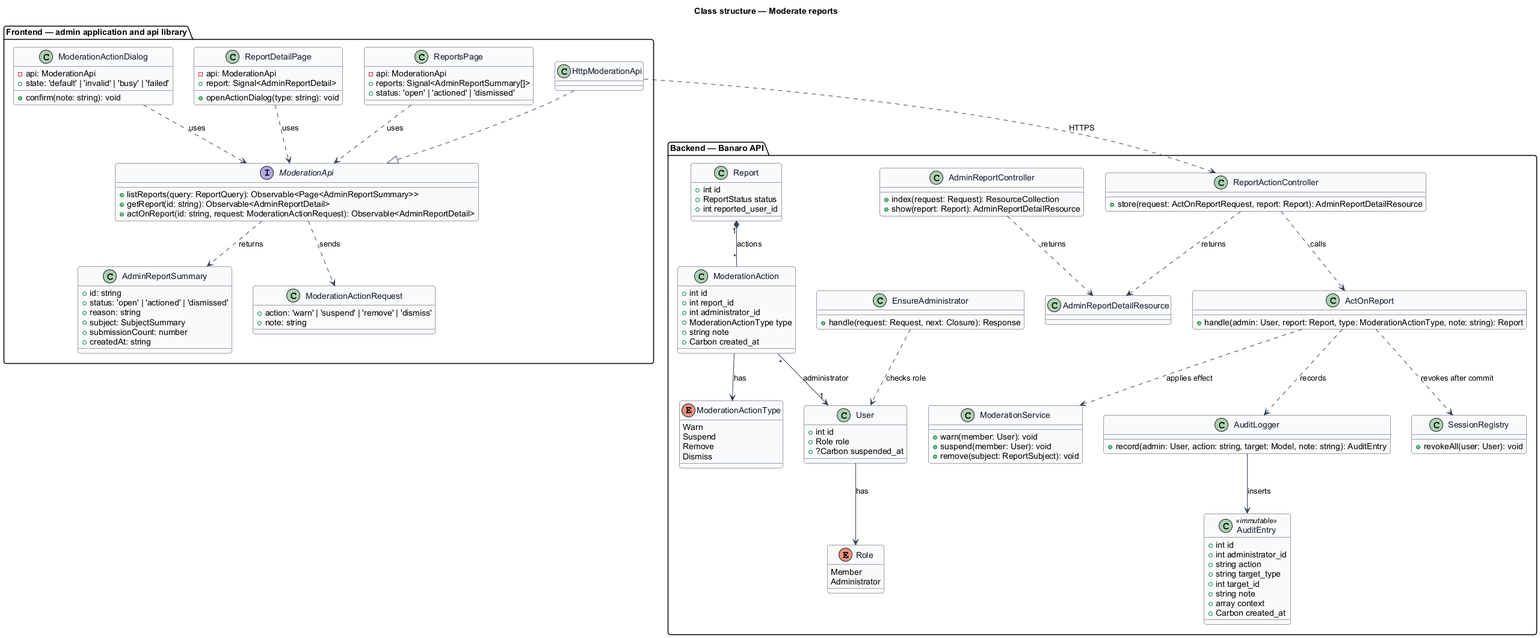
This is docs/detailed-designs/trust-and-safety/moderate-reports/diagrams/class-structure.png from QuinntyneBrown/banaro, a PlantUML export, as it was before one commit. Its diagram source:
```plantuml
@startuml
skinparam backgroundColor #FFFFFF
skinparam shadowing false
skinparam roundcorner 8
skinparam defaultFontName Arial
skinparam ArrowColor #344054
skinparam class {
  BorderColor #344054
  FontColor #101828
  BackgroundColor #F9FAFB
}
title Class structure — Moderate reports

package "Frontend — admin application and api library" {
  class ReportsPage {
    -api: ModerationApi
    +reports: Signal<AdminReportSummary[]>
    +status: 'open' | 'actioned' | 'dismissed'
  }
  class ReportDetailPage {
    -api: ModerationApi
    +report: Signal<AdminReportDetail>
    +openActionDialog(type: string): void
  }
  class ModerationActionDialog {
    -api: ModerationApi
    +state: 'default' | 'invalid' | 'busy' | 'failed'
    +confirm(note: string): void
  }
  interface ModerationApi {
    +listReports(query: ReportQuery): Observable<Page<AdminReportSummary>>
    +getReport(id: string): Observable<AdminReportDetail>
    +actOnReport(id: string, request: ModerationActionRequest): Observable<AdminReportDetail>
  }
  class HttpModerationApi
  class AdminReportSummary {
    +id: string
    +status: 'open' | 'actioned' | 'dismissed'
    +reason: string
    +subject: SubjectSummary
    +submissionCount: number
    +createdAt: string
  }
  class ModerationActionRequest {
    +action: 'warn' | 'suspend' | 'remove' | 'dismiss'
    +note: string
  }
}

package "Backend — Banaro API" {
  class EnsureAdministrator {
    +handle(request: Request, next: Closure): Response
  }
  class AdminReportController {
    +index(request: Request): ResourceCollection
    +show(report: Report): AdminReportDetailResource
  }
  class ReportActionController {
    +store(request: ActOnReportRequest, report: Report): AdminReportDetailResource
  }
  class ActOnReport {
    +handle(admin: User, report: Report, type: ModerationActionType, note: string): Report
  }
  class ModerationService {
    +warn(member: User): void
    +suspend(member: User): void
    +remove(subject: ReportSubject): void
  }
  class AuditLogger {
    +record(admin: User, action: string, target: Model, note: string): AuditEntry
  }
  class SessionRegistry {
    +revokeAll(user: User): void
  }
  class Report {
    +int id
    +ReportStatus status
    +int reported_user_id
  }
  class ModerationAction {
    +int id
    +int report_id
    +int administrator_id
    +ModerationActionType type
    +string note
    +Carbon created_at
  }
  class AuditEntry <<immutable>> {
    +int id
    +int administrator_id
    +string action
    +string target_type
    +int target_id
    +string note
    +array context
    +Carbon created_at
  }
  class User {
    +int id
    +Role role
    +?Carbon suspended_at
  }
  enum ModerationActionType {
    Warn
    Suspend
    Remove
    Dismiss
  }
  enum Role {
    Member
    Administrator
  }
  class AdminReportDetailResource
}

ReportsPage ..> ModerationApi : uses
ReportDetailPage ..> ModerationApi : uses
ModerationActionDialog ..> ModerationApi : uses
HttpModerationApi ..|> ModerationApi
ModerationApi ..> AdminReportSummary : returns
ModerationApi ..> ModerationActionRequest : sends
HttpModerationApi ..> ReportActionController : HTTPS

EnsureAdministrator ..> User : checks role
ReportActionController ..> ActOnReport : calls
ReportActionController ..> AdminReportDetailResource : returns
AdminReportController ..> AdminReportDetailResource : returns
ActOnReport ..> ModerationService : applies effect
ActOnReport ..> AuditLogger : records
ActOnReport ..> SessionRegistry : revokes after commit
Report "1" *-- "*" ModerationAction : actions
ModerationAction --> ModerationActionType : has
ModerationAction "*" --> "1" User : administrator
AuditLogger --> AuditEntry : inserts
User --> Role : has
@enduml
```
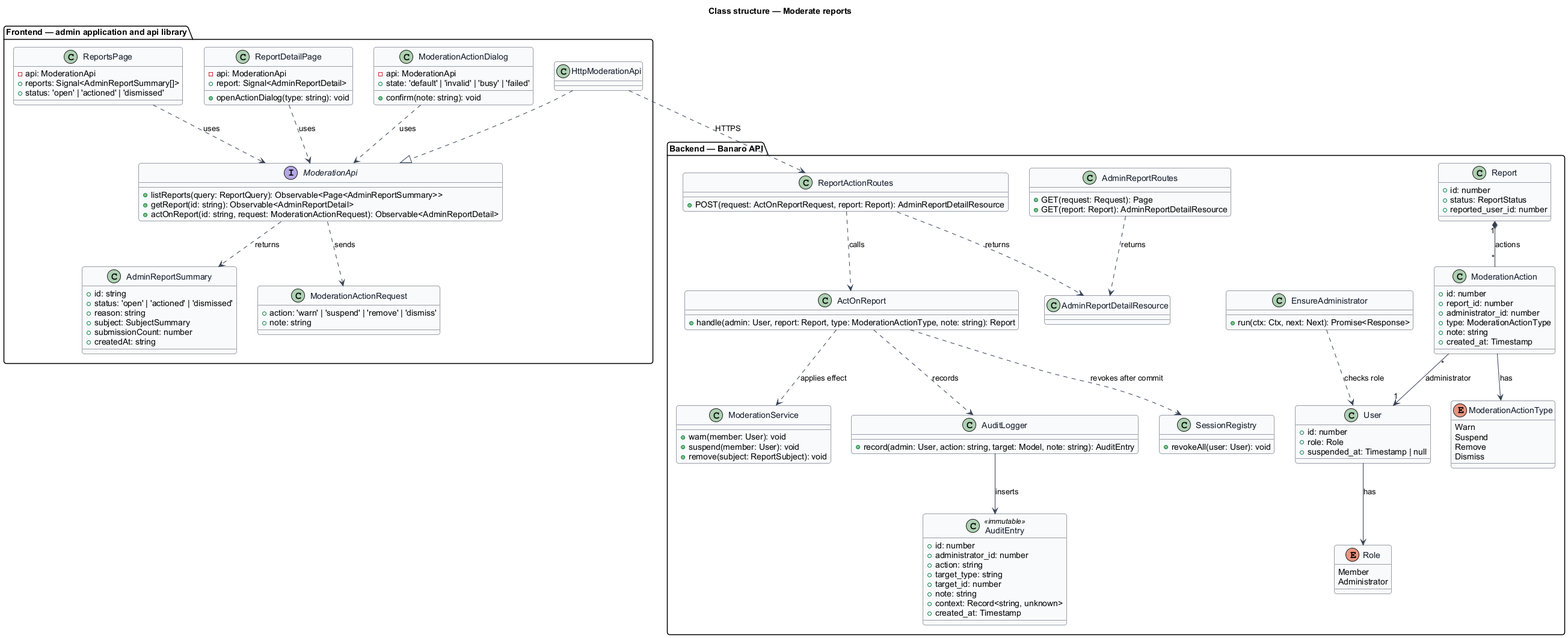
The same diagram one commit later.

What changed in the source:
```diff
@@ -49,14 +49,14 @@
 
 package "Backend — Banaro API" {
   class EnsureAdministrator {
-    +handle(request: Request, next: Closure): Response
+    +run(ctx: Ctx, next: Next): Promise<Response>
   }
-  class AdminReportController {
-    +index(request: Request): ResourceCollection
-    +show(report: Report): AdminReportDetailResource
+  class AdminReportRoutes {
+    +GET(request: Request): Page
+    +GET(report: Report): AdminReportDetailResource
   }
-  class ReportActionController {
-    +store(request: ActOnReportRequest, report: Report): AdminReportDetailResource
+  class ReportActionRoutes {
+    +POST(request: ActOnReportRequest, report: Report): AdminReportDetailResource
   }
   class ActOnReport {
     +handle(admin: User, report: Report, type: ModerationActionType, note: string): Report
@@ -73,32 +73,32 @@
     +revokeAll(user: User): void
   }
   class Report {
-    +int id
-    +ReportStatus status
-    +int reported_user_id
+    +id: number
+    +status: ReportStatus
+    +reported_user_id: number
   }
   class ModerationAction {
-    +int id
-    +int report_id
-    +int administrator_id
-    +ModerationActionType type
-    +string note
-    +Carbon created_at
+    +id: number
+    +report_id: number
+    +administrator_id: number
+    +type: ModerationActionType
+    +note: string
+    +created_at: Timestamp
   }
   class AuditEntry <<immutable>> {
-    +int id
-    +int administrator_id
-    +string action
-    +string target_type
-    +int target_id
-    +string note
-    +array context
-    +Carbon created_at
+    +id: number
+    +administrator_id: number
+    +action: string
+    +target_type: string
+    +target_id: number
+    +note: string
+    +context: Record<string, unknown>
+    +created_at: Timestamp
   }
   class User {
-    +int id
-    +Role role
-    +?Carbon suspended_at
+    +id: number
+    +role: Role
+    +suspended_at: Timestamp | null
   }
   enum ModerationActionType {
     Warn
@@ -119,12 +119,12 @@
 HttpModerationApi ..|> ModerationApi
 ModerationApi ..> AdminReportSummary : returns
 ModerationApi ..> ModerationActionRequest : sends
-HttpModerationApi ..> ReportActionController : HTTPS
+HttpModerationApi ..> ReportActionRoutes : HTTPS
 
 EnsureAdministrator ..> User : checks role
-ReportActionController ..> ActOnReport : calls
-ReportActionController ..> AdminReportDetailResource : returns
-AdminReportController ..> AdminReportDetailResource : returns
+ReportActionRoutes ..> ActOnReport : calls
+ReportActionRoutes ..> AdminReportDetailResource : returns
+AdminReportRoutes ..> AdminReportDetailResource : returns
 ActOnReport ..> ModerationService : applies effect
 ActOnReport ..> AuditLogger : records
 ActOnReport ..> SessionRegistry : revokes after commit
```
